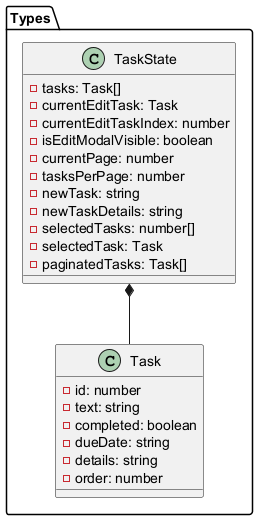
This is docs/images/TypesClassDiagram.png from Takayuki-Suda/nuxt-todo-app-document, a PlantUML export, as it was before one commit.
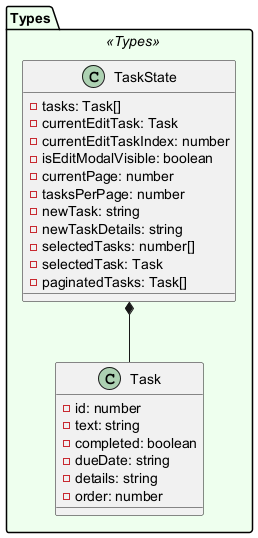
After the commit.

The edit, as a diff of the source:
```diff
@@ -1,5 +1,9 @@
 @startuml
-package "Types" {
+skinparam package {
+  BackgroundColor<<Types>> #EEFFEE
+}
+
+package "Types" <<Types>> {
   class TaskState {
     - tasks: Task[]
     - currentEditTask: Task
```
